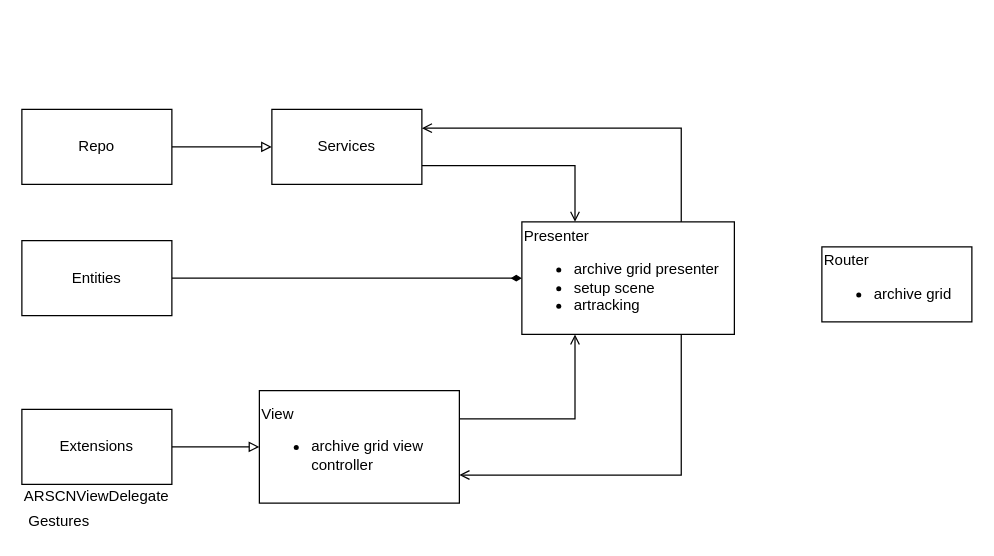
Earlier version of the draw.io diagram arkit_mvpe.drawio (justinewright/playing_with_arkit). Source tidied: cells renumbered, new cells numbered last; positions are measured from the earlier drawing's top-left corner, leaving out a move shared by most shapes. Both pictures are drawn from the tidied source at 125%, with x=0, y=0 at pixel (21, 109).
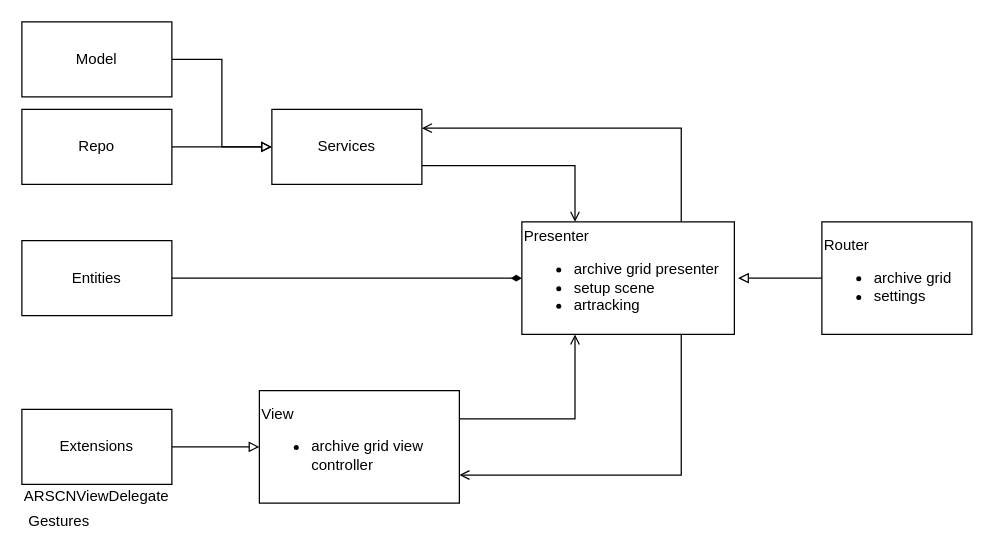
The same page after the edit.

What changed in the source:
```diff
@@
+    <mxCell id="18" style="edgeStyle=orthogonalEdgeStyle;rounded=0;jettySize=auto;html=1;exitX=0;exitY=0.5;exitDx=0;exitDy=0;endArrow=block;endFill=0;" parent="1" edge="1" source="7">
+      <mxGeometry relative="1" as="geometry">
+        <mxPoint x="573" y="135" as="targetPoint" />
+      </mxGeometry>
+    </mxCell>
-    <mxCell id="7" value="Router&lt;br&gt;&lt;ul&gt;&lt;li&gt;archive grid&lt;/li&gt;&lt;/ul&gt;" style="rounded=0;whiteSpace=wrap;html=1;align=left;" parent="1" vertex="1">
-      <mxGeometry x="640" y="110" width="120" height="60" as="geometry" />
+    <mxCell id="7" value="Router&lt;br&gt;&lt;ul&gt;&lt;li&gt;archive grid&lt;/li&gt;&lt;li&gt;settings&lt;/li&gt;&lt;/ul&gt;" style="rounded=0;whiteSpace=wrap;html=1;align=left;" parent="1" vertex="1">
+      <mxGeometry x="640" y="90" width="120" height="90" as="geometry" />
     </mxCell>
@@
+    <mxCell id="19" style="edgeStyle=orthogonalEdgeStyle;rounded=0;jettySize=auto;html=1;exitX=1;exitY=0.5;exitDx=0;exitDy=0;endArrow=block;endFill=0;" parent="1" edge="1" source="20">
+      <mxGeometry relative="1" as="geometry">
+        <mxPoint x="200" y="30" as="targetPoint" />
+        <Array as="points">
+          <mxPoint x="160" y="-40" />
+          <mxPoint x="160" y="30" />
+        </Array>
+      </mxGeometry>
+    </mxCell>
+    <mxCell id="20" value="Model" style="rounded=0;whiteSpace=wrap;html=1;" parent="1" vertex="1">
+      <mxGeometry y="-70" width="120" height="60" as="geometry" />
+    </mxCell>
```
